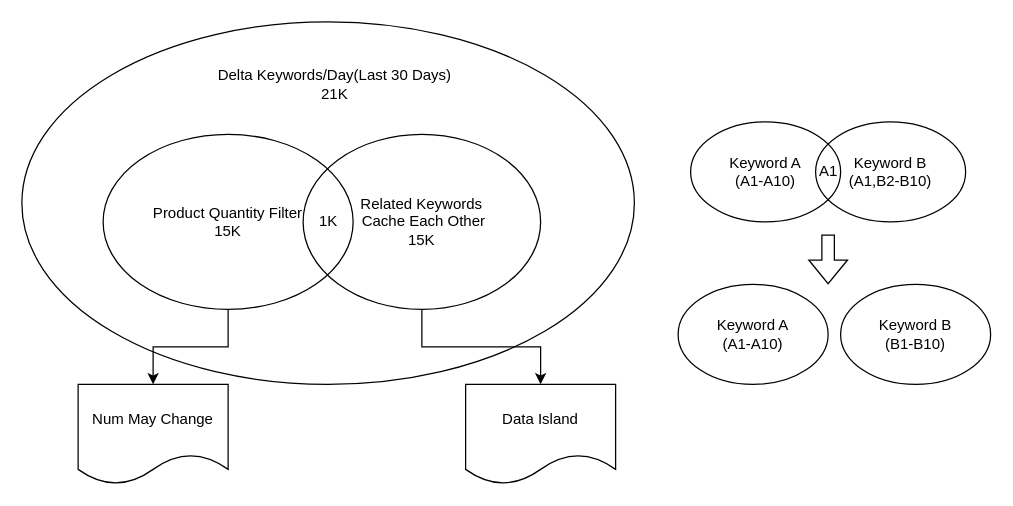
Before: drawio/semrush.drawio in VisableHarry/seo-drawio, a draw.io diagram. Source tidied: cells renumbered, new cells numbered last; positions are measured from the earlier drawing's top-left corner, leaving out a move shared by most shapes. Both pictures are drawn from the tidied source at 125%, with x=0, y=0 at pixel (21, 21).
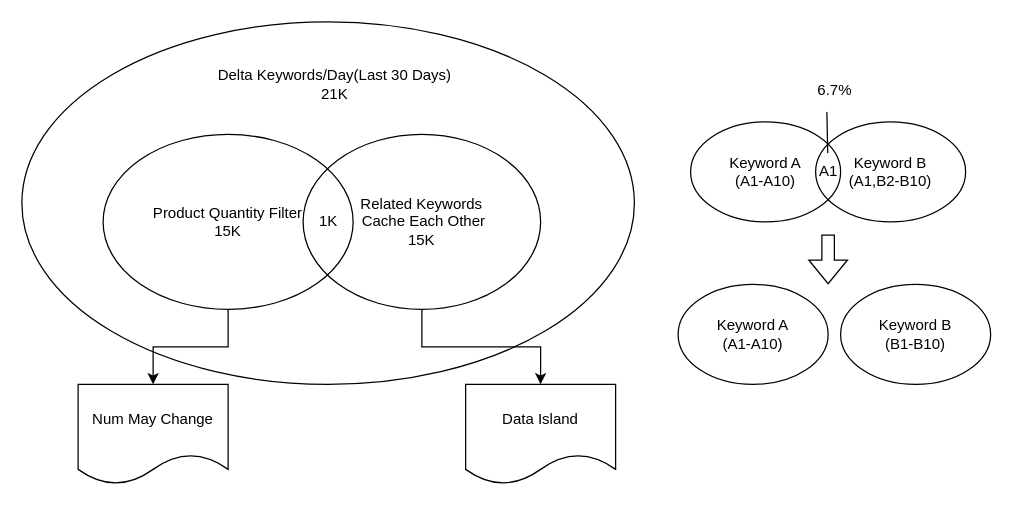
After the change.

The edit, as a diff of the source:
```diff
@@
 <mxGraphModel>
   <root>
     <mxCell id="0" />
     <mxCell id="1" parent="0" />
     <mxCell id="2" style="ellipse;whiteSpace=wrap;html=1;fillColor=none;" parent="1" vertex="1">
       <mxGeometry width="490" height="290" as="geometry" />
     </mxCell>
     <mxCell id="3" style="edgeStyle=orthogonalEdgeStyle;rounded=0;jettySize=auto;html=1;exitX=0.5;exitY=1;exitDx=0;exitDy=0;entryX=0.5;entryY=0;entryDx=0;entryDy=0;" parent="1" edge="1" source="4" target="9">
       <mxGeometry relative="1" as="geometry" />
     </mxCell>
     <mxCell id="4" value="&lt;div&gt;Product Quantity Filter&lt;/div&gt;15K" style="ellipse;whiteSpace=wrap;html=1;fillColor=none;" parent="1" vertex="1">
       <mxGeometry x="65" y="90" width="200" height="140" as="geometry" />
     </mxCell>
     <mxCell id="5" style="edgeStyle=orthogonalEdgeStyle;rounded=0;jettySize=auto;html=1;exitX=0.5;exitY=1;exitDx=0;exitDy=0;" parent="1" edge="1" source="6" target="10">
       <mxGeometry relative="1" as="geometry" />
     </mxCell>
     <mxCell id="6" value="&lt;div&gt;Related Keywords&lt;/div&gt;&lt;div&gt;&amp;nbsp;Cache Each Other&lt;/div&gt;15K" style="ellipse;whiteSpace=wrap;html=1;fillColor=none;" parent="1" vertex="1">
       <mxGeometry x="225" y="90" width="190" height="140" as="geometry" />
     </mxCell>
     <mxCell id="7" value="1K" style="text;html=1;align=center;verticalAlign=middle;strokeColor=none;fillColor=none;" parent="1" vertex="1">
       <mxGeometry x="225" y="145" width="40" height="30" as="geometry" />
     </mxCell>
     <mxCell id="8" value="Delta Keywords/Day(Last 30 Days&lt;span style=&quot;background-color: initial;&quot;&gt;)&lt;/span&gt;&lt;div&gt;&lt;span style=&quot;background-color: initial;&quot;&gt;21K&lt;/span&gt;&lt;/div&gt;" style="text;html=1;align=center;verticalAlign=middle;strokeColor=none;fillColor=none;" parent="1" vertex="1">
       <mxGeometry x="145" y="30" width="210" height="40" as="geometry" />
     </mxCell>
     <mxCell id="9" value="Num May Change" style="shape=document;whiteSpace=wrap;html=1;boundedLbl=1;" parent="1" vertex="1">
       <mxGeometry x="45" y="290" width="120" height="80" as="geometry" />
     </mxCell>
     <mxCell id="10" value="Data Island" style="shape=document;whiteSpace=wrap;html=1;boundedLbl=1;" parent="1" vertex="1">
       <mxGeometry x="355" y="290" width="120" height="80" as="geometry" />
     </mxCell>
     <mxCell id="11" value="Keyword A&lt;div&gt;(A1-A10)&lt;/div&gt;" style="ellipse;whiteSpace=wrap;html=1;fillColor=none;" parent="1" vertex="1">
       <mxGeometry x="535" y="80" width="120" height="80" as="geometry" />
     </mxCell>
     <mxCell id="12" value="Keyword B&lt;div&gt;(A1,B2-B10)&lt;/div&gt;" style="ellipse;whiteSpace=wrap;html=1;fillColor=none;" parent="1" vertex="1">
       <mxGeometry x="635" y="80" width="120" height="80" as="geometry" />
     </mxCell>
     <mxCell id="13" value="A1" style="text;html=1;align=center;verticalAlign=middle;points=[];strokeColor=none;fillColor=none;" parent="1" vertex="1">
       <mxGeometry x="625" y="105" width="40" height="30" as="geometry" />
     </mxCell>
     <mxCell id="14" value="Keyword A&lt;div&gt;(A1-A10)&lt;/div&gt;" style="ellipse;whiteSpace=wrap;html=1;fillColor=none;" parent="1" vertex="1">
       <mxGeometry x="525" y="210" width="120" height="80" as="geometry" />
     </mxCell>
     <mxCell id="15" value="Keyword B&lt;div&gt;(B1-B10)&lt;/div&gt;" style="ellipse;whiteSpace=wrap;html=1;fillColor=none;" parent="1" vertex="1">
       <mxGeometry x="655" y="210" width="120" height="80" as="geometry" />
     </mxCell>
     <mxCell id="16" style="shape=flexArrow;endArrow=classic;html=1;rounded=0;" parent="1" edge="1">
       <mxGeometry relative="1" as="geometry">
         <mxPoint x="645" y="170" as="sourcePoint" />
         <mxPoint x="645" y="210" as="targetPoint" />
       </mxGeometry>
     </mxCell>
+    <mxCell id="17" value="6.7%" style="text;html=1;align=center;verticalAlign=middle;points=[];strokeColor=none;fillColor=none;" parent="1" vertex="1">
+      <mxGeometry x="625" y="40" width="50" height="30" as="geometry" />
+    </mxCell>
+    <mxCell id="18" style="endArrow=none;html=1;rounded=0;entryX=0.38;entryY=1.067;entryDx=0;entryDy=0;entryPerimeter=0;" parent="1" edge="1" source="13" target="17">
+      <mxGeometry relative="1" as="geometry" />
+    </mxCell>
   </root>
 </mxGraphModel>
```
